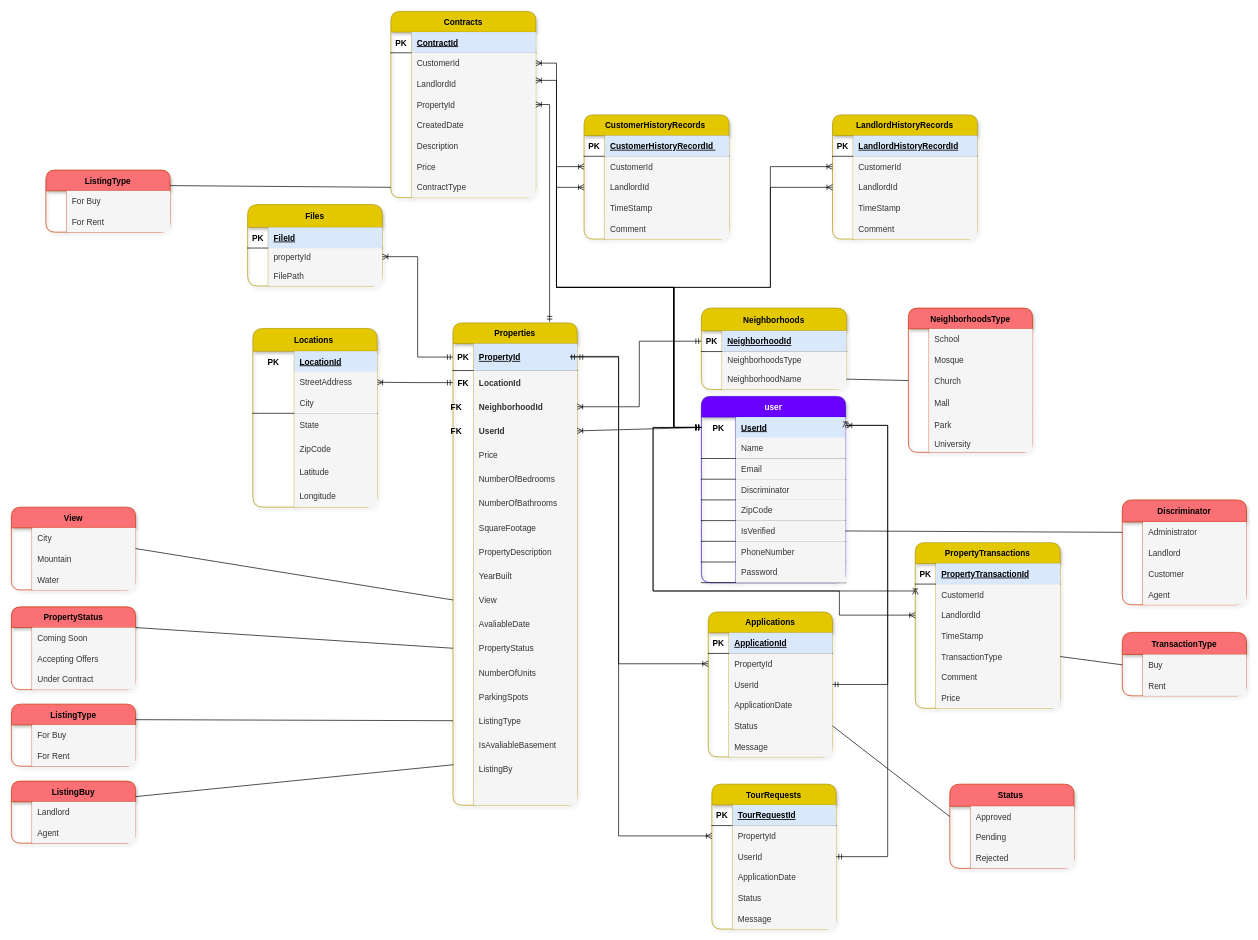
Earlier version of the draw.io diagram server/RedHouse_DB/RedHouse_DB_Model.drawio (BurhanAzem/RedHouse). Source tidied: cells renumbered, new cells numbered last; positions are measured from the earlier drawing's top-left corner, leaving out a move shared by most shapes. Both pictures are drawn from the tidied source at 69%, with x=0, y=0 at pixel (11, 11).
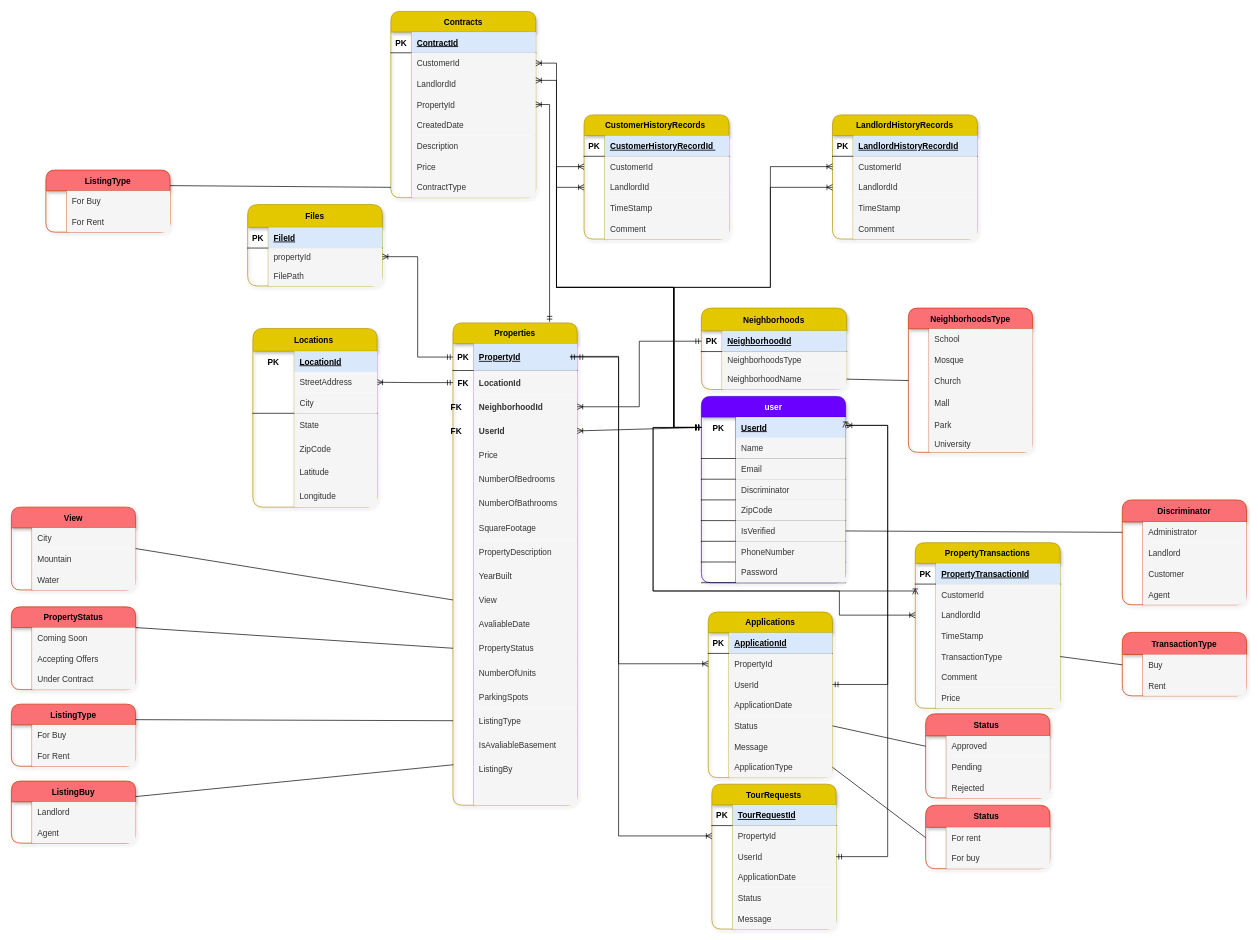
After the change.

Diff of the diagram source:
```diff
@@
     <mxCell id="189" value="Applications" style="shape=table;startSize=30;childLayout=tableLayout;rowLines=0;fontStyle=1;align=center;fillColor=#e3c800;strokeColor=#B09500;rounded=1;shadow=1;fontColor=#000000;" parent="1" vertex="1">
-      <mxGeometry x="1010" y="870.5" width="180" height="210" as="geometry" />
+      <mxGeometry x="1010" y="870.5" width="180" height="240" as="geometry" />
     </mxCell>
@@
+    <mxCell id="365" style="shape=tableRow;horizontal=0;startSize=0;swimlaneHead=0;swimlaneBody=0;fillColor=none;points=[[0,0.5],[1,0.5]];portConstraint=eastwest;top=0;left=0;right=0;bottom=0;" parent="189" vertex="1">
+      <mxGeometry y="210" width="180" height="30" as="geometry" />
+    </mxCell>
+    <mxCell id="366" style="shape=partialRectangle;fillColor=none;top=0;left=0;bottom=0;right=0;overflow=hidden;" parent="365" vertex="1">
+      <mxGeometry width="30" height="30" as="geometry" />
+    </mxCell>
+    <mxCell id="367" value="ApplicationType" style="shape=partialRectangle;fillColor=#f5f5f5;top=0;left=0;bottom=0;right=0;align=left;spacingLeft=6;overflow=hidden;strokeColor=#666666;fontColor=#333333;" parent="365" vertex="1">
+      <mxGeometry x="30" width="150" height="30" as="geometry" />
+    </mxCell>
@@
     <mxCell id="231" value="Status " style="shape=table;startSize=32;childLayout=tableLayout;rowLines=0;fontStyle=1;align=center;fillColor=#FA7075;strokeColor=#C73500;rounded=1;shadow=1;fontColor=#000000;" parent="1" vertex="1">
-      <mxGeometry x="1360" y="1120" width="180" height="122" as="geometry" />
+      <mxGeometry x="1325" y="1018" width="180" height="122" as="geometry" />
     </mxCell>
@@
+    <mxCell id="368" value="Status " style="shape=table;startSize=32;childLayout=tableLayout;rowLines=0;fontStyle=1;align=center;fillColor=#FA7075;strokeColor=#C73500;rounded=1;shadow=1;fontColor=#000000;" parent="1" vertex="1">
+      <mxGeometry x="1325" y="1150.5" width="180" height="92" as="geometry" />
+    </mxCell>
+    <mxCell id="369" style="shape=tableRow;horizontal=0;startSize=0;swimlaneHead=0;swimlaneBody=0;fillColor=none;points=[[0,0.5],[1,0.5]];portConstraint=eastwest;top=0;left=0;right=0;bottom=0;" parent="368" vertex="1">
+      <mxGeometry y="32" width="180" height="30" as="geometry" />
+    </mxCell>
+    <mxCell id="370" style="shape=partialRectangle;fillColor=none;top=0;left=0;bottom=0;right=0;overflow=hidden;" parent="369" vertex="1">
+      <mxGeometry width="30" height="30" as="geometry" />
+    </mxCell>
+    <mxCell id="371" value="For rent" style="shape=partialRectangle;fillColor=#f5f5f5;top=0;left=0;bottom=0;right=0;align=left;spacingLeft=6;overflow=hidden;strokeColor=#666666;fontColor=#333333;" parent="369" vertex="1">
+      <mxGeometry x="30" width="150" height="30" as="geometry" />
+    </mxCell>
+    <mxCell id="372" style="shape=tableRow;horizontal=0;startSize=0;swimlaneHead=0;swimlaneBody=0;fillColor=none;top=0;left=0;right=0;bottom=0;" parent="368" vertex="1">
+      <mxGeometry y="62" width="180" height="30" as="geometry" />
+    </mxCell>
+    <mxCell id="373" style="shape=partialRectangle;fillColor=none;top=0;left=0;bottom=0;right=0;overflow=hidden;" parent="372" vertex="1">
+      <mxGeometry width="30" height="30" as="geometry" />
+    </mxCell>
+    <mxCell id="374" value="For buy" style="shape=partialRectangle;fillColor=#f5f5f5;top=0;left=0;bottom=0;right=0;align=left;spacingLeft=6;overflow=hidden;strokeColor=#666666;fontColor=#333333;" parent="372" vertex="1">
+      <mxGeometry x="30" width="150" height="30" as="geometry" />
+    </mxCell>
+    <mxCell id="375" style="endArrow=none;html=1;rounded=0;entryX=1;entryY=0.5;entryDx=0;entryDy=0;exitX=0;exitY=0.5;exitDx=0;exitDy=0;" parent="1" edge="1" source="369" target="365">
+      <mxGeometry relative="1" as="geometry" />
+    </mxCell>
```
